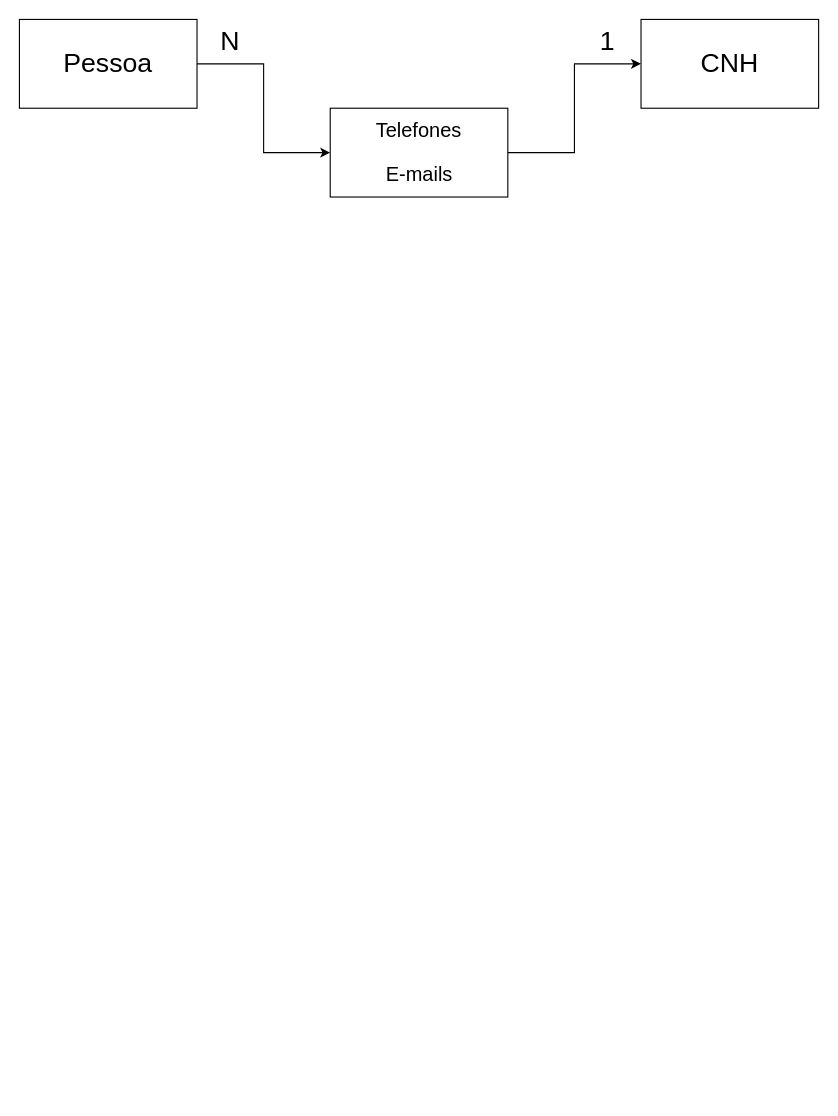
This is Exercicios/1.1-exercicio/exercicio-1.1.drawio from MatheusDavidDev/Senai_Sprint1_bd-, a draw.io file, before an edit. Source tidied: cells renumbered, new cells numbered last; positions are measured from the earlier drawing's top-left corner, leaving out a move shared by most shapes. Both pictures are drawn from the tidied source at 111%, with x=0, y=0 at pixel (19, 19).
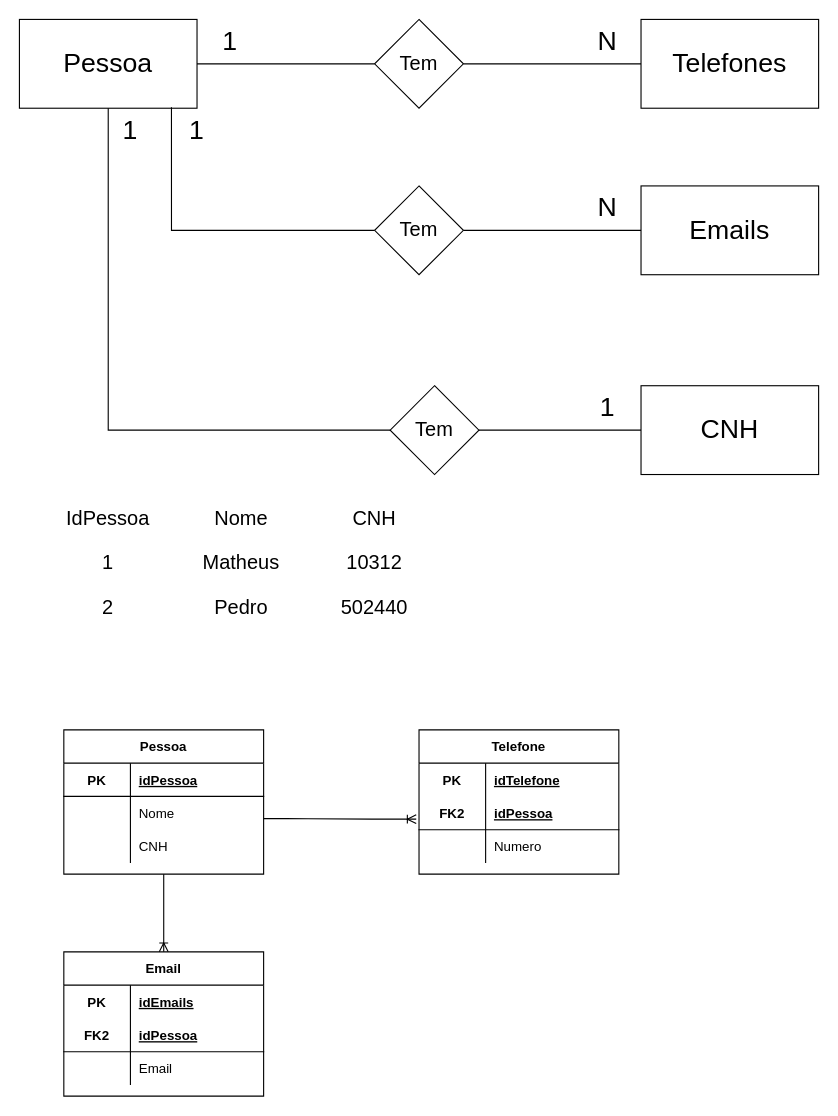
After the change.

The change refers to these unchanged cells:
```xml
<mxCell id="3" value="&lt;span style=&quot;font-size: 24px&quot;&gt;Pessoa&lt;/span&gt;" style="rounded=0;whiteSpace=wrap;html=1;" parent="1" vertex="1">
  <mxGeometry width="160" height="80" as="geometry" />
</mxCell>
<mxCell id="4" style="rounded=0;whiteSpace=wrap;html=1;" parent="1" vertex="1">
  <mxGeometry x="560" width="160" height="80" as="geometry" />
</mxCell>
```

Diff of the diagram source:
```diff
@@
-    <mxCell id="2" style="edgeStyle=orthogonalEdgeStyle;rounded=0;jettySize=auto;html=1;entryX=0;entryY=0.5;entryDx=0;entryDy=0;" parent="1" edge="1" source="3" target="7">
-      <mxGeometry relative="1" as="geometry" />
-    </mxCell>
@@
-    <mxCell id="5" value="&lt;span style=&quot;font-size: 24px&quot;&gt;CNH&lt;/span&gt;" style="text;html=1;strokeColor=none;fillColor=none;align=center;verticalAlign=middle;whiteSpace=wrap;rounded=0;" parent="1" vertex="1">
+    <mxCell id="5" value="&lt;span style=&quot;font-size: 24px&quot;&gt;Telefones&lt;/span&gt;" style="text;html=1;strokeColor=none;fillColor=none;align=center;verticalAlign=middle;whiteSpace=wrap;rounded=0;" parent="1" vertex="1">
       <mxGeometry x="620" y="30" width="40" height="20" as="geometry" />
     </mxCell>
-    <mxCell id="6" style="edgeStyle=orthogonalEdgeStyle;rounded=0;jettySize=auto;html=1;entryX=0;entryY=0.5;entryDx=0;entryDy=0;" parent="1" edge="1" source="7" target="4">
-      <mxGeometry relative="1" as="geometry" />
-    </mxCell>
-    <mxCell id="7" style="rounded=0;whiteSpace=wrap;html=1;" parent="1" vertex="1">
-      <mxGeometry x="280" y="80" width="160" height="80" as="geometry" />
+    <mxCell id="7" value="&lt;font style=&quot;font-size: 24px&quot;&gt;Emails&lt;/font&gt;" style="rounded=0;whiteSpace=wrap;html=1;" parent="1" vertex="1">
+      <mxGeometry x="560" y="150" width="160" height="80" as="geometry" />
     </mxCell>
-    <mxCell id="8" value="&lt;font style=&quot;font-size: 18px&quot;&gt;Telefones&lt;/font&gt;" style="text;html=1;strokeColor=none;fillColor=none;align=center;verticalAlign=middle;whiteSpace=wrap;rounded=0;" parent="1" vertex="1">
-      <mxGeometry x="335" y="90" width="50" height="20" as="geometry" />
-    </mxCell>
-    <mxCell id="9" value="&lt;span style=&quot;font-size: 18px&quot;&gt;E-mails&lt;/span&gt;" style="text;html=1;strokeColor=none;fillColor=none;align=center;verticalAlign=middle;whiteSpace=wrap;rounded=0;" parent="1" vertex="1">
-      <mxGeometry x="327.5" y="130" width="65" height="20" as="geometry" />
-    </mxCell>
-    <mxCell id="10" value="&lt;span style=&quot;font-size: 24px&quot;&gt;N&lt;/span&gt;" style="text;html=1;strokeColor=none;fillColor=none;align=center;verticalAlign=middle;whiteSpace=wrap;rounded=0;" parent="1" vertex="1">
+    <mxCell id="10" value="&lt;span style=&quot;font-size: 24px&quot;&gt;1&lt;/span&gt;" style="text;html=1;strokeColor=none;fillColor=none;align=center;verticalAlign=middle;whiteSpace=wrap;rounded=0;" parent="1" vertex="1">
       <mxGeometry x="170" y="10" width="40" height="20" as="geometry" />
     </mxCell>
-    <mxCell id="11" value="&lt;span style=&quot;font-size: 24px&quot;&gt;1&lt;/span&gt;" style="text;html=1;strokeColor=none;fillColor=none;align=center;verticalAlign=middle;whiteSpace=wrap;rounded=0;" parent="1" vertex="1">
+    <mxCell id="11" value="&lt;span style=&quot;font-size: 24px&quot;&gt;N&lt;/span&gt;" style="text;html=1;strokeColor=none;fillColor=none;align=center;verticalAlign=middle;whiteSpace=wrap;rounded=0;" parent="1" vertex="1">
       <mxGeometry x="510" y="10" width="40" height="20" as="geometry" />
     </mxCell>
+    <mxCell id="12" value="&lt;span style=&quot;font-size: 24px&quot;&gt;CNH&lt;/span&gt;" style="rounded=0;whiteSpace=wrap;html=1;" parent="1" vertex="1">
+      <mxGeometry x="560" y="330" width="160" height="80" as="geometry" />
+    </mxCell>
+    <mxCell id="13" style="edgeStyle=orthogonalEdgeStyle;rounded=0;jettySize=auto;html=1;endArrow=none;endFill=0;" parent="1" edge="1" source="15" target="4">
+      <mxGeometry relative="1" as="geometry" />
+    </mxCell>
+    <mxCell id="14" style="edgeStyle=orthogonalEdgeStyle;rounded=0;jettySize=auto;html=1;entryX=1;entryY=0.5;entryDx=0;entryDy=0;endArrow=none;endFill=0;" parent="1" edge="1" source="15" target="3">
+      <mxGeometry relative="1" as="geometry" />
+    </mxCell>
+    <mxCell id="15" style="rhombus;whiteSpace=wrap;html=1;" parent="1" vertex="1">
+      <mxGeometry x="320" width="80" height="80" as="geometry" />
+    </mxCell>
+    <mxCell id="16" style="edgeStyle=orthogonalEdgeStyle;rounded=0;jettySize=auto;html=1;entryX=0;entryY=0.5;entryDx=0;entryDy=0;endArrow=none;endFill=0;" parent="1" edge="1" source="18" target="7">
+      <mxGeometry relative="1" as="geometry" />
+    </mxCell>
+    <mxCell id="17" style="edgeStyle=orthogonalEdgeStyle;rounded=0;jettySize=auto;html=1;entryX=0.856;entryY=0.988;entryDx=0;entryDy=0;endArrow=none;endFill=0;entryPerimeter=0;" parent="1" edge="1" source="18" target="3">
+      <mxGeometry relative="1" as="geometry" />
+    </mxCell>
+    <mxCell id="18" style="rhombus;whiteSpace=wrap;html=1;" parent="1" vertex="1">
+      <mxGeometry x="320" y="150" width="80" height="80" as="geometry" />
+    </mxCell>
+    <mxCell id="19" style="edgeStyle=orthogonalEdgeStyle;rounded=0;jettySize=auto;html=1;entryX=0;entryY=0.5;entryDx=0;entryDy=0;endArrow=none;endFill=0;" parent="1" edge="1" source="21" target="12">
+      <mxGeometry relative="1" as="geometry" />
+    </mxCell>
+    <mxCell id="20" style="edgeStyle=orthogonalEdgeStyle;rounded=0;jettySize=auto;html=1;entryX=0.5;entryY=1;entryDx=0;entryDy=0;endArrow=none;endFill=0;" parent="1" edge="1" source="21" target="3">
+      <mxGeometry relative="1" as="geometry" />
+    </mxCell>
+    <mxCell id="21" style="rhombus;whiteSpace=wrap;html=1;" parent="1" vertex="1">
+      <mxGeometry x="334" y="330" width="80" height="80" as="geometry" />
+    </mxCell>
+    <mxCell id="22" value="&lt;span style=&quot;font-size: 24px&quot;&gt;N&lt;/span&gt;" style="text;html=1;strokeColor=none;fillColor=none;align=center;verticalAlign=middle;whiteSpace=wrap;rounded=0;" parent="1" vertex="1">
+      <mxGeometry x="510" y="160" width="40" height="20" as="geometry" />
+    </mxCell>
+    <mxCell id="23" value="&lt;span style=&quot;font-size: 24px&quot;&gt;1&lt;/span&gt;" style="text;html=1;strokeColor=none;fillColor=none;align=center;verticalAlign=middle;whiteSpace=wrap;rounded=0;" parent="1" vertex="1">
+      <mxGeometry x="510" y="340" width="40" height="20" as="geometry" />
+    </mxCell>
+    <mxCell id="24" value="&lt;span style=&quot;font-size: 24px&quot;&gt;1&lt;/span&gt;" style="text;html=1;strokeColor=none;fillColor=none;align=center;verticalAlign=middle;whiteSpace=wrap;rounded=0;" parent="1" vertex="1">
+      <mxGeometry x="140" y="90" width="40" height="20" as="geometry" />
+    </mxCell>
+    <mxCell id="25" value="&lt;span style=&quot;font-size: 24px&quot;&gt;1&lt;/span&gt;" style="text;html=1;strokeColor=none;fillColor=none;align=center;verticalAlign=middle;whiteSpace=wrap;rounded=0;" parent="1" vertex="1">
+      <mxGeometry x="80" y="90" width="40" height="20" as="geometry" />
+    </mxCell>
+    <mxCell id="26" value="&lt;font style=&quot;font-size: 18px&quot;&gt;Tem&lt;/font&gt;" style="text;html=1;strokeColor=none;fillColor=none;align=center;verticalAlign=middle;whiteSpace=wrap;rounded=0;" parent="1" vertex="1">
+      <mxGeometry x="340" y="30" width="40" height="20" as="geometry" />
+    </mxCell>
+    <mxCell id="27" value="&lt;font style=&quot;font-size: 18px&quot;&gt;Tem&lt;/font&gt;" style="text;html=1;strokeColor=none;fillColor=none;align=center;verticalAlign=middle;whiteSpace=wrap;rounded=0;" parent="1" vertex="1">
+      <mxGeometry x="340" y="180" width="40" height="20" as="geometry" />
+    </mxCell>
+    <mxCell id="28" value="&lt;font style=&quot;font-size: 18px&quot;&gt;Tem&lt;/font&gt;" style="text;html=1;strokeColor=none;fillColor=none;align=center;verticalAlign=middle;whiteSpace=wrap;rounded=0;" parent="1" vertex="1">
+      <mxGeometry x="354" y="360" width="40" height="20" as="geometry" />
+    </mxCell>
+    <mxCell id="29" value="&lt;font style=&quot;font-size: 18px&quot;&gt;IdPessoa&lt;/font&gt;" style="text;html=1;strokeColor=none;fillColor=none;align=center;verticalAlign=middle;whiteSpace=wrap;rounded=0;" parent="1" vertex="1">
+      <mxGeometry x="40" y="440" width="80" height="20" as="geometry" />
+    </mxCell>
+    <mxCell id="30" value="&lt;span style=&quot;font-size: 18px&quot;&gt;Nome&lt;/span&gt;" style="text;html=1;strokeColor=none;fillColor=none;align=center;verticalAlign=middle;whiteSpace=wrap;rounded=0;" parent="1" vertex="1">
+      <mxGeometry x="160" y="440" width="80" height="20" as="geometry" />
+    </mxCell>
+    <mxCell id="31" value="&lt;span style=&quot;font-size: 18px&quot;&gt;CNH&lt;/span&gt;" style="text;html=1;strokeColor=none;fillColor=none;align=center;verticalAlign=middle;whiteSpace=wrap;rounded=0;" parent="1" vertex="1">
+      <mxGeometry x="280" y="440" width="80" height="20" as="geometry" />
+    </mxCell>
+    <mxCell id="32" value="&lt;font style=&quot;font-size: 18px&quot;&gt;1&lt;/font&gt;" style="text;html=1;strokeColor=none;fillColor=none;align=center;verticalAlign=middle;whiteSpace=wrap;rounded=0;" parent="1" vertex="1">
+      <mxGeometry x="60" y="480" width="40" height="20" as="geometry" />
+    </mxCell>
+    <mxCell id="33" value="&lt;font style=&quot;font-size: 18px&quot;&gt;2&lt;/font&gt;" style="text;html=1;strokeColor=none;fillColor=none;align=center;verticalAlign=middle;whiteSpace=wrap;rounded=0;" parent="1" vertex="1">
+      <mxGeometry x="60" y="520" width="40" height="20" as="geometry" />
+    </mxCell>
+    <mxCell id="34" value="&lt;font style=&quot;font-size: 18px&quot;&gt;Matheus&lt;/font&gt;" style="text;html=1;strokeColor=none;fillColor=none;align=center;verticalAlign=middle;whiteSpace=wrap;rounded=0;" parent="1" vertex="1">
+      <mxGeometry x="180" y="480" width="40" height="20" as="geometry" />
+    </mxCell>
+    <mxCell id="35" value="&lt;font style=&quot;font-size: 18px&quot;&gt;Pedro&lt;/font&gt;" style="text;html=1;strokeColor=none;fillColor=none;align=center;verticalAlign=middle;whiteSpace=wrap;rounded=0;" parent="1" vertex="1">
+      <mxGeometry x="180" y="520" width="40" height="20" as="geometry" />
+    </mxCell>
+    <mxCell id="36" value="&lt;font style=&quot;font-size: 18px&quot;&gt;10312&lt;/font&gt;" style="text;html=1;strokeColor=none;fillColor=none;align=center;verticalAlign=middle;whiteSpace=wrap;rounded=0;" parent="1" vertex="1">
+      <mxGeometry x="300" y="480" width="40" height="20" as="geometry" />
+    </mxCell>
+    <mxCell id="37" value="&lt;font style=&quot;font-size: 18px&quot;&gt;502440&lt;/font&gt;" style="text;html=1;strokeColor=none;fillColor=none;align=center;verticalAlign=middle;whiteSpace=wrap;rounded=0;" parent="1" vertex="1">
+      <mxGeometry x="300" y="520" width="40" height="20" as="geometry" />
+    </mxCell>
+    <mxCell id="38" value="Pessoa" style="shape=table;startSize=30;childLayout=tableLayout;rowLines=0;fontStyle=1;align=center;" parent="1" vertex="1">
+      <mxGeometry x="40" y="640" width="180" height="130" as="geometry" />
+    </mxCell>
+    <mxCell id="39" style="shape=partialRectangle;fillColor=none;top=0;left=0;bottom=1;right=0;" parent="38" vertex="1">
+      <mxGeometry y="30" width="180" height="30" as="geometry" />
+    </mxCell>
+    <mxCell id="40" value="PK" style="shape=partialRectangle;fillColor=none;top=0;left=0;bottom=0;right=0;fontStyle=1;overflow=hidden;" parent="39" vertex="1">
+      <mxGeometry width="60" height="30" as="geometry" />
+    </mxCell>
+    <mxCell id="41" value="idPessoa" style="shape=partialRectangle;fillColor=none;top=0;left=0;bottom=0;right=0;align=left;spacingLeft=6;fontStyle=5;overflow=hidden;" parent="39" vertex="1">
+      <mxGeometry x="60" width="120" height="30" as="geometry" />
+    </mxCell>
+    <mxCell id="42" style="shape=partialRectangle;fillColor=none;top=0;left=0;bottom=0;right=0;" parent="38" vertex="1">
+      <mxGeometry y="60" width="180" height="30" as="geometry" />
+    </mxCell>
+    <mxCell id="43" style="shape=partialRectangle;fillColor=none;top=0;left=0;bottom=0;right=0;overflow=hidden;" parent="42" vertex="1">
+      <mxGeometry width="60" height="30" as="geometry" />
+    </mxCell>
+    <mxCell id="44" value="Nome" style="shape=partialRectangle;fillColor=none;top=0;left=0;bottom=0;right=0;align=left;spacingLeft=6;overflow=hidden;" parent="42" vertex="1">
+      <mxGeometry x="60" width="120" height="30" as="geometry" />
+    </mxCell>
+    <mxCell id="45" style="shape=partialRectangle;fillColor=none;top=0;left=0;bottom=0;right=0;" parent="38" vertex="1">
+      <mxGeometry y="90" width="180" height="30" as="geometry" />
+    </mxCell>
+    <mxCell id="46" style="shape=partialRectangle;fillColor=none;top=0;left=0;bottom=0;right=0;overflow=hidden;" parent="45" vertex="1">
+      <mxGeometry width="60" height="30" as="geometry" />
+    </mxCell>
+    <mxCell id="47" value="CNH" style="shape=partialRectangle;fillColor=none;top=0;left=0;bottom=0;right=0;align=left;spacingLeft=6;overflow=hidden;" parent="45" vertex="1">
+      <mxGeometry x="60" width="120" height="30" as="geometry" />
+    </mxCell>
+    <mxCell id="48" value="Telefone" style="shape=table;startSize=30;childLayout=tableLayout;rowLines=0;fontStyle=1;align=center;strokeColor=#000000;" parent="1" vertex="1">
+      <mxGeometry x="360" y="640" width="180" height="130" as="geometry" />
+    </mxCell>
+    <mxCell id="49" style="shape=partialRectangle;fillColor=none;top=0;left=0;bottom=0;right=0;" parent="48" vertex="1">
+      <mxGeometry y="30" width="180" height="30" as="geometry" />
+    </mxCell>
+    <mxCell id="50" value="PK" style="shape=partialRectangle;fillColor=none;top=0;left=0;bottom=0;right=0;fontStyle=1;overflow=hidden;" parent="49" vertex="1">
+      <mxGeometry width="60" height="30" as="geometry" />
+    </mxCell>
+    <mxCell id="51" value="idTelefone" style="shape=partialRectangle;fillColor=none;top=0;left=0;bottom=0;right=0;align=left;spacingLeft=6;fontStyle=5;overflow=hidden;" parent="49" vertex="1">
+      <mxGeometry x="60" width="120" height="30" as="geometry" />
+    </mxCell>
+    <mxCell id="52" style="shape=partialRectangle;fillColor=none;top=0;left=0;bottom=1;right=0;points=[[0,0.5],[1,0.5]];portConstraint=eastwest;" parent="48" vertex="1">
+      <mxGeometry y="60" width="180" height="30" as="geometry" />
+    </mxCell>
+    <mxCell id="53" value="FK2" style="shape=partialRectangle;fillColor=none;top=0;left=0;bottom=0;right=0;fontStyle=1;overflow=hidden;" parent="52" vertex="1">
+      <mxGeometry width="60" height="30" as="geometry" />
+    </mxCell>
+    <mxCell id="54" value="idPessoa" style="shape=partialRectangle;fillColor=none;top=0;left=0;bottom=0;right=0;align=left;spacingLeft=6;fontStyle=5;overflow=hidden;" parent="52" vertex="1">
+      <mxGeometry x="60" width="120" height="30" as="geometry" />
+    </mxCell>
+    <mxCell id="55" style="shape=partialRectangle;fillColor=none;top=0;left=0;bottom=0;right=0;" parent="48" vertex="1">
+      <mxGeometry y="90" width="180" height="30" as="geometry" />
+    </mxCell>
+    <mxCell id="56" style="shape=partialRectangle;fillColor=none;top=0;left=0;bottom=0;right=0;overflow=hidden;" parent="55" vertex="1">
+      <mxGeometry width="60" height="30" as="geometry" />
+    </mxCell>
+    <mxCell id="57" value="Numero" style="shape=partialRectangle;fillColor=none;top=0;left=0;bottom=0;right=0;align=left;spacingLeft=6;overflow=hidden;" parent="55" vertex="1">
+      <mxGeometry x="60" width="120" height="30" as="geometry" />
+    </mxCell>
+    <mxCell id="58" value="Email" style="shape=table;startSize=30;childLayout=tableLayout;rowLines=0;fontStyle=1;align=center;strokeColor=#000000;" parent="1" vertex="1">
+      <mxGeometry x="40" y="840" width="180" height="130" as="geometry" />
+    </mxCell>
+    <mxCell id="59" style="shape=partialRectangle;fillColor=none;top=0;left=0;bottom=0;right=0;" parent="58" vertex="1">
+      <mxGeometry y="30" width="180" height="30" as="geometry" />
+    </mxCell>
+    <mxCell id="60" value="PK" style="shape=partialRectangle;fillColor=none;top=0;left=0;bottom=0;right=0;fontStyle=1;overflow=hidden;" parent="59" vertex="1">
+      <mxGeometry width="60" height="30" as="geometry" />
+    </mxCell>
+    <mxCell id="61" value="idEmails" style="shape=partialRectangle;fillColor=none;top=0;left=0;bottom=0;right=0;align=left;spacingLeft=6;fontStyle=5;overflow=hidden;" parent="59" vertex="1">
+      <mxGeometry x="60" width="120" height="30" as="geometry" />
+    </mxCell>
+    <mxCell id="62" style="shape=partialRectangle;fillColor=none;top=0;left=0;bottom=1;right=0;" parent="58" vertex="1">
+      <mxGeometry y="60" width="180" height="30" as="geometry" />
+    </mxCell>
+    <mxCell id="63" value="FK2" style="shape=partialRectangle;fillColor=none;top=0;left=0;bottom=0;right=0;fontStyle=1;overflow=hidden;" parent="62" vertex="1">
+      <mxGeometry width="60" height="30" as="geometry" />
+    </mxCell>
+    <mxCell id="64" value="idPessoa" style="shape=partialRectangle;fillColor=none;top=0;left=0;bottom=0;right=0;align=left;spacingLeft=6;fontStyle=5;overflow=hidden;" parent="62" vertex="1">
+      <mxGeometry x="60" width="120" height="30" as="geometry" />
+    </mxCell>
+    <mxCell id="65" style="shape=partialRectangle;fillColor=none;top=0;left=0;bottom=0;right=0;" parent="58" vertex="1">
+      <mxGeometry y="90" width="180" height="30" as="geometry" />
+    </mxCell>
+    <mxCell id="66" style="shape=partialRectangle;fillColor=none;top=0;left=0;bottom=0;right=0;overflow=hidden;" parent="65" vertex="1">
+      <mxGeometry width="60" height="30" as="geometry" />
+    </mxCell>
+    <mxCell id="67" value="Email" style="shape=partialRectangle;fillColor=none;top=0;left=0;bottom=0;right=0;align=left;spacingLeft=6;overflow=hidden;" parent="65" vertex="1">
+      <mxGeometry x="60" width="120" height="30" as="geometry" />
+    </mxCell>
+    <mxCell id="68" style="edgeStyle=entityRelationEdgeStyle;fontSize=12;html=1;endArrow=ERoneToMany;entryX=-0.014;entryY=0.683;entryDx=0;entryDy=0;entryPerimeter=0;" parent="1" edge="1" target="52">
+      <mxGeometry relative="1" as="geometry">
+        <mxPoint x="220" y="720" as="sourcePoint" />
+      </mxGeometry>
+    </mxCell>
+    <mxCell id="69" style="fontSize=12;html=1;endArrow=ERoneToMany;rounded=0;entryX=0.5;entryY=0;entryDx=0;entryDy=0;exitX=0.5;exitY=1;exitDx=0;exitDy=0;" parent="1" edge="1" source="38" target="58">
+      <mxGeometry relative="1" as="geometry" />
+    </mxCell>
```
